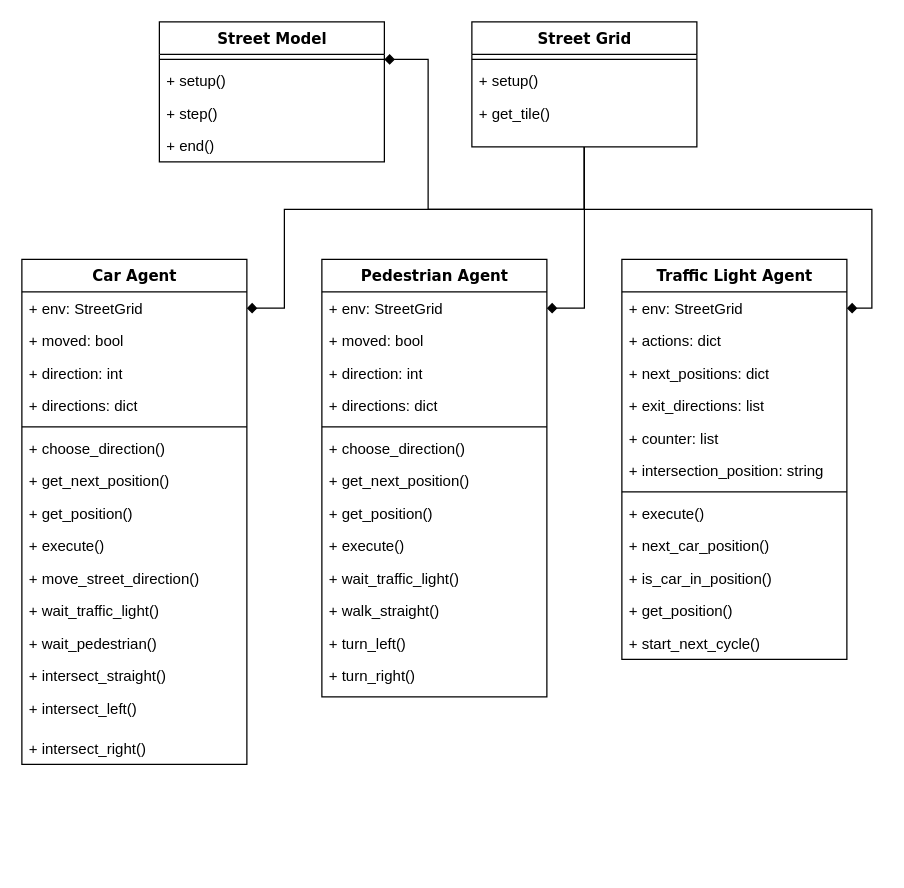
Earlier version of the draw.io diagram Diagrams/AgentModels.drawio (alonso284/UrbanMobilityMultiAgents). Source tidied: cells renumbered, new cells numbered last; positions are measured from the earlier drawing's top-left corner, leaving out a move shared by most shapes. Both pictures are drawn from the tidied source at 125%, with x=0, y=0 at pixel (21, 21).
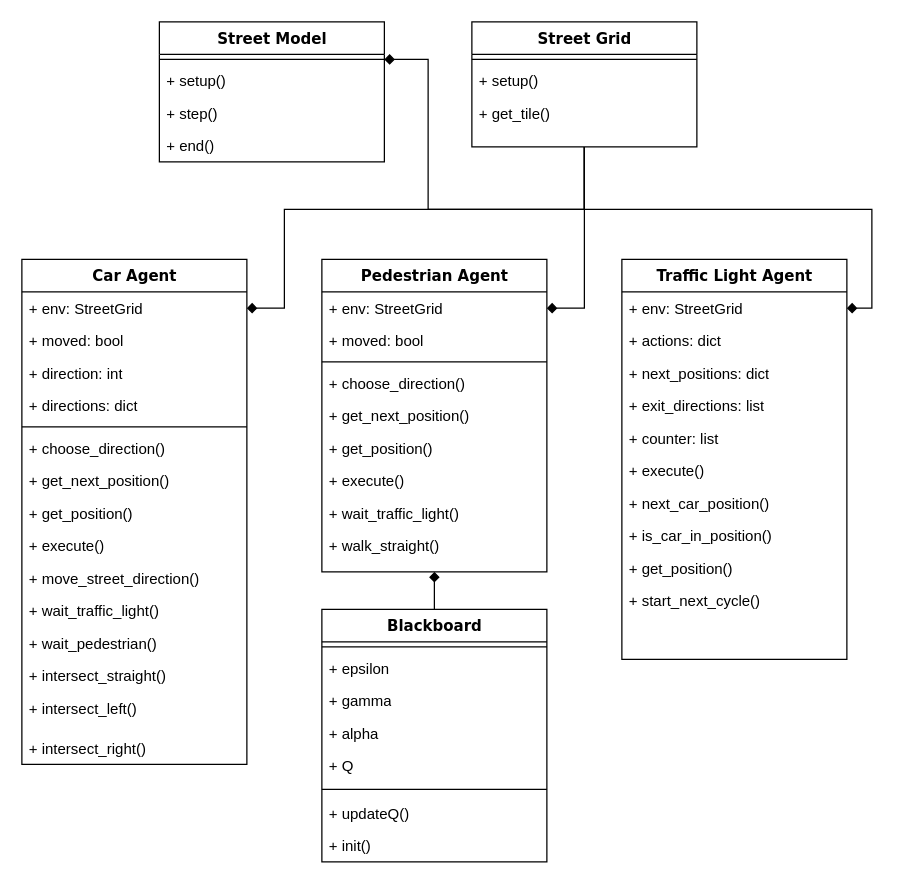
Above is the later version.

Unchanged cells that the change refers to:
```xml
<mxCell id="32" value="Traffic Light Agent" style="swimlane;html=1;fontStyle=1;align=center;verticalAlign=top;horizontal=1;startSize=26;swimlaneFillColor=#ffffff;rounded=0;shadow=0;comic=0;labelBackgroundColor=none;strokeWidth=1;fillColor=none;fontFamily=Verdana;fontSize=12;" parent="1" vertex="1">
  <mxGeometry x="480" y="190" width="180" height="320" as="geometry" />
</mxCell>
```

Change to the diagram source:
```diff
@@
     <mxCell id="18" value="Pedestrian Agent" style="swimlane;html=1;fontStyle=1;align=center;verticalAlign=top;horizontal=1;startSize=26;swimlaneFillColor=#ffffff;rounded=0;shadow=0;comic=0;labelBackgroundColor=none;strokeWidth=1;fillColor=none;fontFamily=Verdana;fontSize=12;" parent="1" vertex="1">
-      <mxGeometry x="240" y="190" width="180" height="350" as="geometry" />
+      <mxGeometry x="240" y="190" width="180" height="250" as="geometry" />
     </mxCell>
@@
-    <mxCell id="21" value="+ direction: int" style="text;html=1;strokeColor=none;fillColor=none;align=left;verticalAlign=top;spacingLeft=4;spacingRight=4;whiteSpace=wrap;overflow=hidden;" parent="18" vertex="1">
-      <mxGeometry y="78" width="180" height="26" as="geometry" />
-    </mxCell>
-    <mxCell id="22" value="+ directions: dict" style="text;html=1;strokeColor=none;fillColor=none;align=left;verticalAlign=top;spacingLeft=4;spacingRight=4;whiteSpace=wrap;overflow=hidden;" parent="18" vertex="1">
-      <mxGeometry y="104" width="180" height="26" as="geometry" />
-    </mxCell>
     <mxCell id="23" style="line;html=1;strokeWidth=1;fillColor=none;align=left;verticalAlign=middle;spacingTop=-1;spacingLeft=3;spacingRight=3;labelPosition=right;" parent="18" vertex="1">
-      <mxGeometry y="130" width="180" height="8" as="geometry" />
+      <mxGeometry y="78" width="180" height="8" as="geometry" />
     </mxCell>
     <mxCell id="24" value="+ choose_direction()" style="text;html=1;strokeColor=none;fillColor=none;align=left;verticalAlign=top;spacingLeft=4;spacingRight=4;whiteSpace=wrap;overflow=hidden;" parent="18" vertex="1">
-      <mxGeometry y="138" width="180" height="26" as="geometry" />
+      <mxGeometry y="86" width="180" height="26" as="geometry" />
     </mxCell>
     <mxCell id="25" value="+ get_next_position()" style="text;html=1;strokeColor=none;fillColor=none;align=left;verticalAlign=top;spacingLeft=4;spacingRight=4;whiteSpace=wrap;overflow=hidden;" parent="18" vertex="1">
-      <mxGeometry y="164" width="180" height="26" as="geometry" />
+      <mxGeometry y="112" width="180" height="26" as="geometry" />
     </mxCell>
     <mxCell id="26" value="+ get_position()" style="text;html=1;strokeColor=none;fillColor=none;align=left;verticalAlign=top;spacingLeft=4;spacingRight=4;whiteSpace=wrap;overflow=hidden;" parent="18" vertex="1">
-      <mxGeometry y="190" width="180" height="26" as="geometry" />
+      <mxGeometry y="138" width="180" height="26" as="geometry" />
     </mxCell>
     <mxCell id="27" value="+ execute()" style="text;html=1;strokeColor=none;fillColor=none;align=left;verticalAlign=top;spacingLeft=4;spacingRight=4;whiteSpace=wrap;overflow=hidden;" parent="18" vertex="1">
-      <mxGeometry y="216" width="180" height="26" as="geometry" />
+      <mxGeometry y="164" width="180" height="26" as="geometry" />
     </mxCell>
     <mxCell id="28" value="+ wait_traffic_light()" style="text;html=1;strokeColor=none;fillColor=none;align=left;verticalAlign=top;spacingLeft=4;spacingRight=4;whiteSpace=wrap;overflow=hidden;" parent="18" vertex="1">
-      <mxGeometry y="242" width="180" height="26" as="geometry" />
+      <mxGeometry y="190" width="180" height="26" as="geometry" />
     </mxCell>
     <mxCell id="29" value="+ walk_straight()" style="text;html=1;strokeColor=none;fillColor=none;align=left;verticalAlign=top;spacingLeft=4;spacingRight=4;whiteSpace=wrap;overflow=hidden;" parent="18" vertex="1">
-      <mxGeometry y="268" width="180" height="26" as="geometry" />
+      <mxGeometry y="216" width="180" height="26" as="geometry" />
     </mxCell>
-    <mxCell id="30" value="+ turn_left()" style="text;html=1;strokeColor=none;fillColor=none;align=left;verticalAlign=top;spacingLeft=4;spacingRight=4;whiteSpace=wrap;overflow=hidden;" parent="18" vertex="1">
-      <mxGeometry y="294" width="180" height="26" as="geometry" />
-    </mxCell>
-    <mxCell id="31" value="+ turn_right()" style="text;html=1;strokeColor=none;fillColor=none;align=left;verticalAlign=top;spacingLeft=4;spacingRight=4;whiteSpace=wrap;overflow=hidden;" parent="18" vertex="1">
-      <mxGeometry y="320" width="180" height="26" as="geometry" />
-    </mxCell>
@@
-    <mxCell id="38" value="+ intersection_position: string" style="text;html=1;strokeColor=none;fillColor=none;align=left;verticalAlign=top;spacingLeft=4;spacingRight=4;whiteSpace=wrap;overflow=hidden;" parent="32" vertex="1">
-      <mxGeometry y="156" width="180" height="26" as="geometry" />
-    </mxCell>
-    <mxCell id="39" style="line;html=1;strokeWidth=1;fillColor=none;align=left;verticalAlign=middle;spacingTop=-1;spacingLeft=3;spacingRight=3;labelPosition=right;" parent="32" vertex="1">
-      <mxGeometry y="182" width="180" height="8" as="geometry" />
-    </mxCell>
     <mxCell id="40" value="+ execute()" style="text;html=1;strokeColor=none;fillColor=none;align=left;verticalAlign=top;spacingLeft=4;spacingRight=4;whiteSpace=wrap;overflow=hidden;" parent="32" vertex="1">
-      <mxGeometry y="190" width="180" height="26" as="geometry" />
+      <mxGeometry y="156" width="180" height="26" as="geometry" />
     </mxCell>
     <mxCell id="41" value="+ next_car_position()" style="text;html=1;strokeColor=none;fillColor=none;align=left;verticalAlign=top;spacingLeft=4;spacingRight=4;whiteSpace=wrap;overflow=hidden;" parent="32" vertex="1">
-      <mxGeometry y="216" width="180" height="26" as="geometry" />
+      <mxGeometry y="182" width="180" height="26" as="geometry" />
     </mxCell>
     <mxCell id="42" value="+ is_car_in_position()" style="text;html=1;strokeColor=none;fillColor=none;align=left;verticalAlign=top;spacingLeft=4;spacingRight=4;whiteSpace=wrap;overflow=hidden;" parent="32" vertex="1">
-      <mxGeometry y="242" width="180" height="26" as="geometry" />
+      <mxGeometry y="208" width="180" height="26" as="geometry" />
     </mxCell>
     <mxCell id="43" value="+ get_position()" style="text;html=1;strokeColor=none;fillColor=none;align=left;verticalAlign=top;spacingLeft=4;spacingRight=4;whiteSpace=wrap;overflow=hidden;" parent="32" vertex="1">
-      <mxGeometry y="268" width="180" height="26" as="geometry" />
+      <mxGeometry y="234" width="180" height="26" as="geometry" />
     </mxCell>
     <mxCell id="44" value="+ start_next_cycle()" style="text;html=1;strokeColor=none;fillColor=none;align=left;verticalAlign=top;spacingLeft=4;spacingRight=4;whiteSpace=wrap;overflow=hidden;" parent="32" vertex="1">
-      <mxGeometry y="294" width="180" height="26" as="geometry" />
+      <mxGeometry y="260" width="180" height="26" as="geometry" />
     </mxCell>
@@
+    <mxCell id="58" value="Blackboard" style="swimlane;html=1;fontStyle=1;align=center;verticalAlign=top;horizontal=1;startSize=26;swimlaneFillColor=#ffffff;rounded=0;shadow=0;comic=0;labelBackgroundColor=none;strokeWidth=1;fillColor=none;fontFamily=Verdana;fontSize=12;" parent="1" vertex="1">
+      <mxGeometry x="240" y="470" width="180" height="202" as="geometry" />
+    </mxCell>
+    <mxCell id="59" style="line;html=1;strokeWidth=1;fillColor=none;align=left;verticalAlign=middle;spacingTop=-1;spacingLeft=3;spacingRight=3;labelPosition=right;" parent="58" vertex="1">
+      <mxGeometry y="26" width="180" height="8" as="geometry" />
+    </mxCell>
+    <mxCell id="38" value="+ epsilon" style="text;html=1;strokeColor=none;fillColor=none;align=left;verticalAlign=top;spacingLeft=4;spacingRight=4;whiteSpace=wrap;overflow=hidden;" parent="58" vertex="1">
+      <mxGeometry y="34" width="180" height="26" as="geometry" />
+    </mxCell>
+    <mxCell id="60" value="+ gamma" style="text;html=1;strokeColor=none;fillColor=none;align=left;verticalAlign=top;spacingLeft=4;spacingRight=4;whiteSpace=wrap;overflow=hidden;" parent="58" vertex="1">
+      <mxGeometry y="60" width="180" height="26" as="geometry" />
+    </mxCell>
+    <mxCell id="61" value="+ alpha" style="text;html=1;strokeColor=none;fillColor=none;align=left;verticalAlign=top;spacingLeft=4;spacingRight=4;whiteSpace=wrap;overflow=hidden;" parent="58" vertex="1">
+      <mxGeometry y="86" width="180" height="26" as="geometry" />
+    </mxCell>
+    <mxCell id="62" value="+ Q" style="text;html=1;strokeColor=none;fillColor=none;align=left;verticalAlign=top;spacingLeft=4;spacingRight=4;whiteSpace=wrap;overflow=hidden;" parent="58" vertex="1">
+      <mxGeometry y="112" width="180" height="26" as="geometry" />
+    </mxCell>
+    <mxCell id="39" style="line;html=1;strokeWidth=1;fillColor=none;align=left;verticalAlign=middle;spacingTop=-1;spacingLeft=3;spacingRight=3;labelPosition=right;" parent="58" vertex="1">
+      <mxGeometry y="138" width="180" height="12" as="geometry" />
+    </mxCell>
+    <mxCell id="63" value="+ updateQ()" style="text;html=1;strokeColor=none;fillColor=none;align=left;verticalAlign=top;spacingLeft=4;spacingRight=4;whiteSpace=wrap;overflow=hidden;" parent="58" vertex="1">
+      <mxGeometry y="150" width="180" height="26" as="geometry" />
+    </mxCell>
+    <mxCell id="64" value="+ init()" style="text;html=1;strokeColor=none;fillColor=none;align=left;verticalAlign=top;spacingLeft=4;spacingRight=4;whiteSpace=wrap;overflow=hidden;" parent="58" vertex="1">
+      <mxGeometry y="176" width="180" height="26" as="geometry" />
+    </mxCell>
+    <mxCell id="65" style="edgeStyle=orthogonalEdgeStyle;rounded=0;jettySize=auto;html=1;entryX=0.5;entryY=1;entryDx=0;entryDy=0;endArrow=diamond;endFill=1;exitX=0.5;exitY=0;exitDx=0;exitDy=0;" parent="1" edge="1" source="58" target="18">
+      <mxGeometry relative="1" as="geometry">
+        <Array as="points">
+          <mxPoint x="330" y="460" />
+          <mxPoint x="330" y="460" />
+        </Array>
+      </mxGeometry>
+    </mxCell>
```
